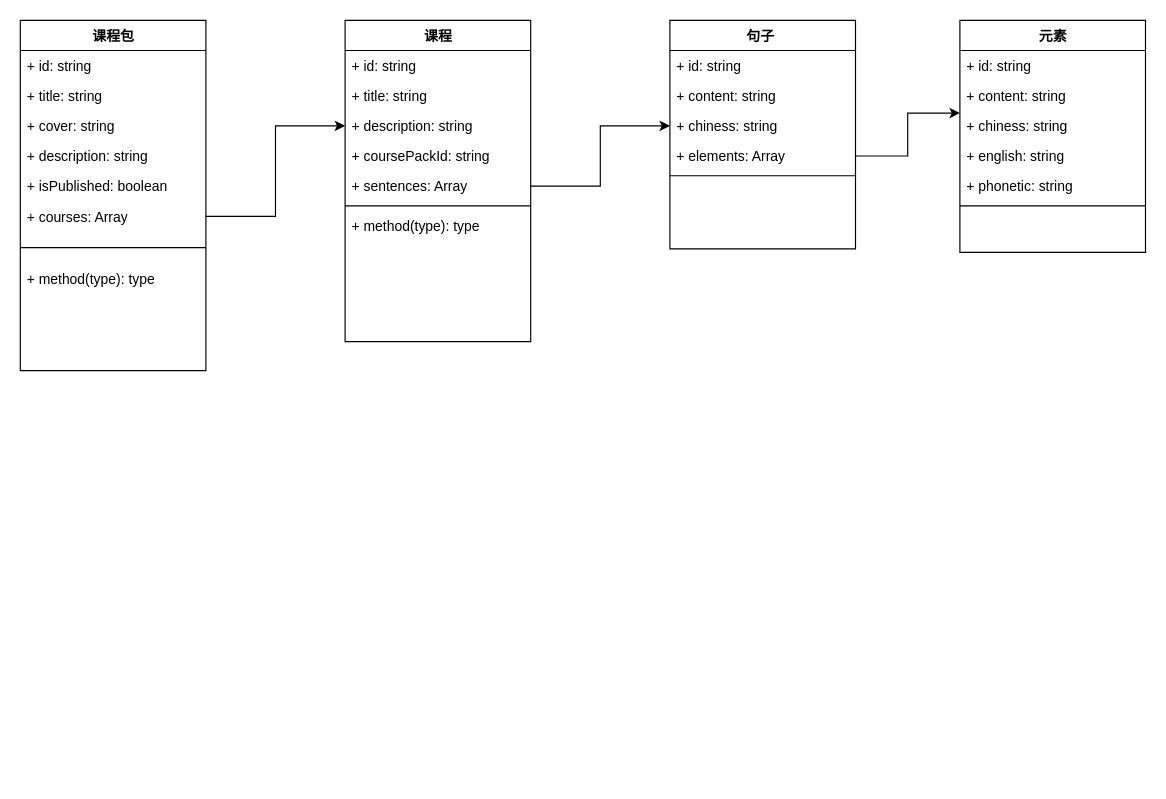
Before: 数据库表.drawio in gjf610/my-blog, a draw.io diagram. Source tidied: cells renumbered, new cells numbered last; positions are measured from the earlier drawing's top-left corner, leaving out a move shared by most shapes. Both pictures are drawn from the tidied source at 116%, with x=0, y=0 at pixel (20, 20).
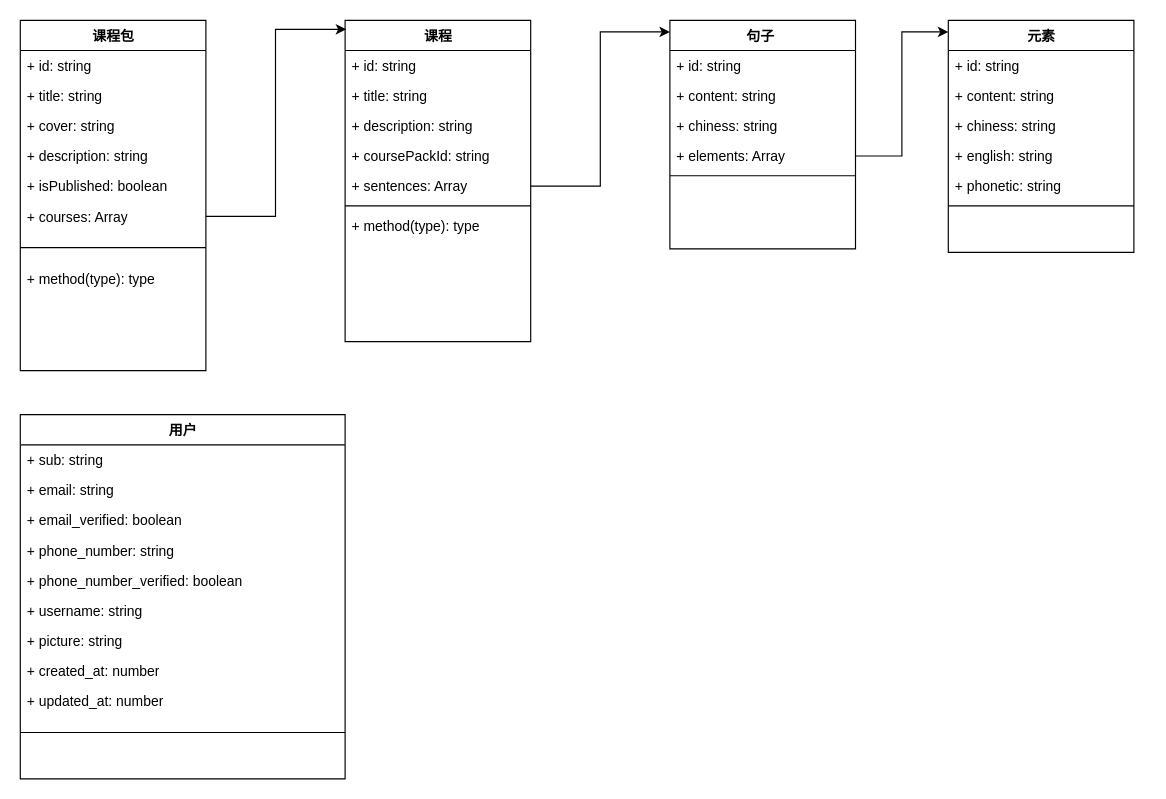
The same diagram, later.

Commit message:
更新用户表.drawio

Unchanged cells that the change refers to:
```xml
<mxCell id="8" value="+ courses: Array" style="text;html=1;strokeColor=none;fillColor=none;align=left;verticalAlign=top;spacingLeft=4;spacingRight=4;whiteSpace=wrap;overflow=hidden;points=[[0,0.5],[1,0.5]];portConstraint=eastwest;" parent="2" vertex="1">
  <mxGeometry y="156" width="160" height="26" as="geometry" />
</mxCell>
<mxCell id="11" value="课程" style="swimlane;html=1;fontStyle=1;align=center;verticalAlign=top;horizontal=1;startSize=26;swimlaneFillColor=#ffffff;rounded=0;shadow=0;comic=0;labelBackgroundColor=none;strokeWidth=1;fillColor=none;fontFamily=Verdana;fontSize=12;" parent="1" vertex="1">
  <mxGeometry x="280" width="160" height="277" as="geometry" />
</mxCell>
<mxCell id="14" value="+ description: string" style="text;html=1;strokeColor=none;fillColor=none;align=left;verticalAlign=top;spacingLeft=4;spacingRight=4;whiteSpace=wrap;overflow=hidden;points=[[0,0.5],[1,0.5]];portConstraint=eastwest;" parent="11" vertex="1">
  <mxGeometry y="78" width="160" height="26" as="geometry" />
</mxCell>
<mxCell id="16" value="+ sentences: Array" style="text;html=1;strokeColor=none;fillColor=none;align=left;verticalAlign=top;spacingLeft=4;spacingRight=4;whiteSpace=wrap;overflow=hidden;points=[[0,0.5],[1,0.5]];portConstraint=eastwest;" parent="11" vertex="1">
  <mxGeometry y="130" width="160" height="26" as="geometry" />
</mxCell>
<mxCell id="22" value="+ chiness: string" style="text;html=1;strokeColor=none;fillColor=none;align=left;verticalAlign=top;spacingLeft=4;spacingRight=4;whiteSpace=wrap;overflow=hidden;points=[[0,0.5],[1,0.5]];portConstraint=eastwest;" parent="19" vertex="1">
  <mxGeometry y="78" width="160" height="26" as="geometry" />
</mxCell>
<mxCell id="23" value="+ elements: Array" style="text;html=1;strokeColor=none;fillColor=none;align=left;verticalAlign=top;spacingLeft=4;spacingRight=4;whiteSpace=wrap;overflow=hidden;points=[[0,0.5],[1,0.5]];portConstraint=eastwest;" parent="19" vertex="1">
  <mxGeometry y="104" width="160" height="26" as="geometry" />
</mxCell>
<mxCell id="30" value="+ chiness: string" style="text;html=1;strokeColor=none;fillColor=none;align=left;verticalAlign=top;spacingLeft=4;spacingRight=4;whiteSpace=wrap;overflow=hidden;points=[[0,0.5],[1,0.5]];portConstraint=eastwest;" parent="27" vertex="1">
  <mxGeometry y="78" width="160" height="26" as="geometry" />
</mxCell>
```

Diff of the diagram source:
```diff
@@
-    <mxCell id="25" style="edgeStyle=orthogonalEdgeStyle;rounded=0;jettySize=auto;html=1;entryX=0;entryY=0.5;entryDx=0;entryDy=0;" parent="1" edge="1" source="16" target="22">
-      <mxGeometry relative="1" as="geometry" />
+    <mxCell id="25" style="edgeStyle=orthogonalEdgeStyle;rounded=0;jettySize=auto;html=1;" parent="1" edge="1" source="16">
+      <mxGeometry relative="1" as="geometry">
+        <mxPoint x="560" y="10" as="targetPoint" />
+        <Array as="points">
+          <mxPoint x="500" y="143" />
+          <mxPoint x="500" y="10" />
+          <mxPoint x="560" y="10" />
+        </Array>
+      </mxGeometry>
     </mxCell>
-    <mxCell id="26" style="edgeStyle=orthogonalEdgeStyle;rounded=0;jettySize=auto;html=1;entryX=0;entryY=0.5;entryDx=0;entryDy=0;" parent="1" edge="1" source="8" target="14">
-      <mxGeometry relative="1" as="geometry" />
-    </mxCell>
     <mxCell id="27" value="元素" style="swimlane;html=1;fontStyle=1;align=center;verticalAlign=top;horizontal=1;startSize=26;swimlaneFillColor=#ffffff;rounded=0;shadow=0;comic=0;labelBackgroundColor=none;strokeWidth=1;fillColor=none;fontFamily=Verdana;fontSize=12;" parent="1" vertex="1">
-      <mxGeometry x="810" width="160" height="200" as="geometry" />
+      <mxGeometry x="800" width="160" height="200" as="geometry" />
     </mxCell>
@@
-    <mxCell id="34" style="edgeStyle=orthogonalEdgeStyle;rounded=0;jettySize=auto;html=1;entryX=0;entryY=0.077;entryDx=0;entryDy=0;entryPerimeter=0;" parent="1" edge="1" source="23" target="30">
-      <mxGeometry relative="1" as="geometry" />
+    <mxCell id="34" style="edgeStyle=orthogonalEdgeStyle;rounded=0;jettySize=auto;html=1;" parent="1" edge="1" source="23">
+      <mxGeometry relative="1" as="geometry">
+        <mxPoint x="800" y="10" as="targetPoint" />
+        <Array as="points">
+          <mxPoint x="760" y="117" />
+          <mxPoint x="760" y="10" />
+          <mxPoint x="800" y="10" />
+        </Array>
+      </mxGeometry>
     </mxCell>
+    <mxCell id="35" value="用户" style="swimlane;html=1;fontStyle=1;align=center;verticalAlign=top;horizontal=1;startSize=26;swimlaneFillColor=#ffffff;rounded=0;shadow=0;comic=0;labelBackgroundColor=none;strokeWidth=1;fillColor=none;fontFamily=Verdana;fontSize=12;" parent="1" vertex="1">
+      <mxGeometry y="340" width="280" height="314" as="geometry" />
+    </mxCell>
+    <mxCell id="36" value="+ sub: string" style="text;html=1;strokeColor=none;fillColor=none;align=left;verticalAlign=top;spacingLeft=4;spacingRight=4;whiteSpace=wrap;overflow=hidden;" parent="35" vertex="1">
+      <mxGeometry y="26" width="280" height="26" as="geometry" />
+    </mxCell>
+    <mxCell id="37" value="+ email: string" style="text;html=1;strokeColor=none;fillColor=none;align=left;verticalAlign=top;spacingLeft=4;spacingRight=4;whiteSpace=wrap;overflow=hidden;" parent="35" vertex="1">
+      <mxGeometry y="52" width="280" height="26" as="geometry" />
+    </mxCell>
+    <mxCell id="38" value="+ email_verified: boolean" style="text;html=1;strokeColor=none;fillColor=none;align=left;verticalAlign=top;spacingLeft=4;spacingRight=4;whiteSpace=wrap;overflow=hidden;" parent="35" vertex="1">
+      <mxGeometry y="78" width="280" height="26" as="geometry" />
+    </mxCell>
+    <mxCell id="39" value="+ phone_number: string" style="text;html=1;strokeColor=none;fillColor=none;align=left;verticalAlign=top;spacingLeft=4;spacingRight=4;whiteSpace=wrap;overflow=hidden;" parent="35" vertex="1">
+      <mxGeometry y="104" width="280" height="26" as="geometry" />
+    </mxCell>
+    <mxCell id="40" value="+ phone_number_verified: boolean" style="text;html=1;strokeColor=none;fillColor=none;align=left;verticalAlign=top;spacingLeft=4;spacingRight=4;whiteSpace=wrap;overflow=hidden;" parent="35" vertex="1">
+      <mxGeometry y="130" width="280" height="26" as="geometry" />
+    </mxCell>
+    <mxCell id="41" value="+ username: string" style="text;html=1;strokeColor=none;fillColor=none;align=left;verticalAlign=top;spacingLeft=4;spacingRight=4;whiteSpace=wrap;overflow=hidden;" parent="35" vertex="1">
+      <mxGeometry y="156" width="280" height="26" as="geometry" />
+    </mxCell>
+    <mxCell id="42" value="+ picture: string" style="text;html=1;strokeColor=none;fillColor=none;align=left;verticalAlign=top;spacingLeft=4;spacingRight=4;whiteSpace=wrap;overflow=hidden;" parent="35" vertex="1">
+      <mxGeometry y="182" width="280" height="26" as="geometry" />
+    </mxCell>
+    <mxCell id="43" value="+ created_at: number" style="text;html=1;strokeColor=none;fillColor=none;align=left;verticalAlign=top;spacingLeft=4;spacingRight=4;whiteSpace=wrap;overflow=hidden;" parent="35" vertex="1">
+      <mxGeometry y="208" width="280" height="26" as="geometry" />
+    </mxCell>
+    <mxCell id="44" value="+ updated_at: number" style="text;html=1;strokeColor=none;fillColor=none;align=left;verticalAlign=top;spacingLeft=4;spacingRight=4;whiteSpace=wrap;overflow=hidden;" parent="35" vertex="1">
+      <mxGeometry y="234" width="280" height="26" as="geometry" />
+    </mxCell>
+    <mxCell id="45" style="line;html=1;strokeWidth=1;fillColor=none;align=left;verticalAlign=middle;spacingTop=-1;spacingLeft=3;spacingRight=3;labelPosition=right;" parent="35" vertex="1">
+      <mxGeometry y="260" width="280" height="28" as="geometry" />
+    </mxCell>
+    <mxCell id="46" style="edgeStyle=orthogonalEdgeStyle;rounded=0;jettySize=auto;html=1;entryX=0.006;entryY=0.028;entryDx=0;entryDy=0;entryPerimeter=0;" parent="1" edge="1" source="8" target="11">
+      <mxGeometry relative="1" as="geometry" />
+    </mxCell>
```
